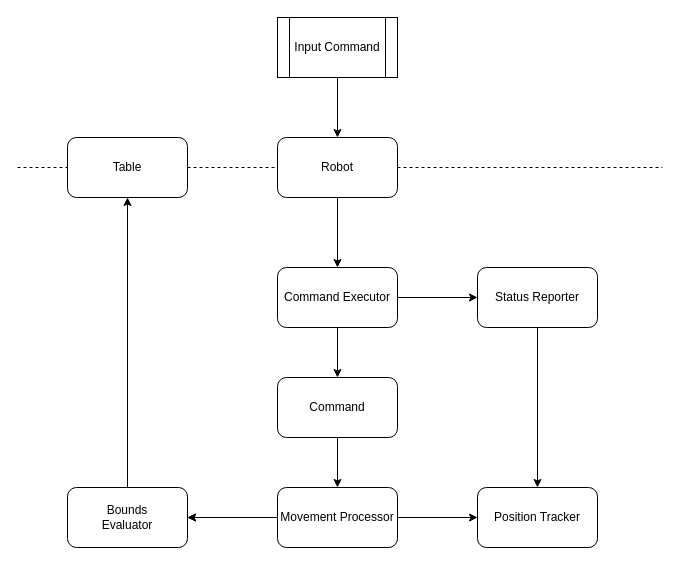
This is doc/Component Diagram.drawio from Hardcoded-NS/LibToyBot, a draw.io file, before an edit. Source tidied: cells renumbered, new cells numbered last; positions are measured from the earlier drawing's top-left corner, leaving out a move shared by most shapes. Both pictures are drawn from the tidied source at 100%, with x=0, y=0 at pixel (17, 17).
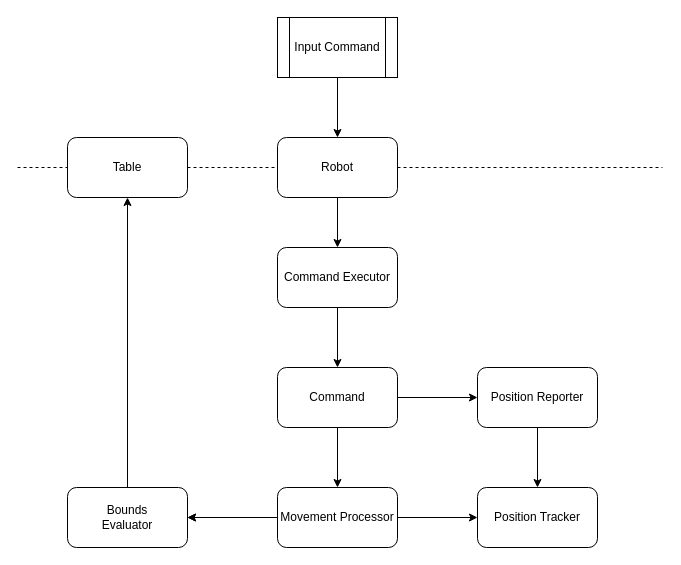
Above is the later version.

Diff of the diagram source:
```diff
@@
-    <mxCell id="2" style="edgeStyle=orthogonalEdgeStyle;rounded=0;jettySize=auto;html=1;" parent="1" edge="1" source="4" target="10">
-      <mxGeometry relative="1" as="geometry" />
-    </mxCell>
@@
     <mxCell id="4" value="Command Executor" style="rounded=1;whiteSpace=wrap;html=1;" parent="1" vertex="1">
-      <mxGeometry x="260" y="250" width="120" height="60" as="geometry" />
+      <mxGeometry x="260" y="230" width="120" height="60" as="geometry" />
     </mxCell>
@@
-    <mxCell id="10" value="Status Reporter" style="rounded=1;whiteSpace=wrap;html=1;" parent="1" vertex="1">
-      <mxGeometry x="460" y="250" width="120" height="60" as="geometry" />
+    <mxCell id="10" value="Position Reporter" style="rounded=1;whiteSpace=wrap;html=1;" parent="1" vertex="1">
+      <mxGeometry x="460" y="350" width="120" height="60" as="geometry" />
     </mxCell>
@@
+    <mxCell id="24" style="edgeStyle=orthogonalEdgeStyle;rounded=0;jettySize=auto;html=1;" parent="1" edge="1" source="23" target="10">
+      <mxGeometry relative="1" as="geometry" />
+    </mxCell>
     <mxCell id="23" value="Command" style="rounded=1;whiteSpace=wrap;html=1;" parent="1" vertex="1">
-      <mxGeometry x="260" y="360" width="120" height="60" as="geometry" />
+      <mxGeometry x="260" y="350" width="120" height="60" as="geometry" />
     </mxCell>
```
